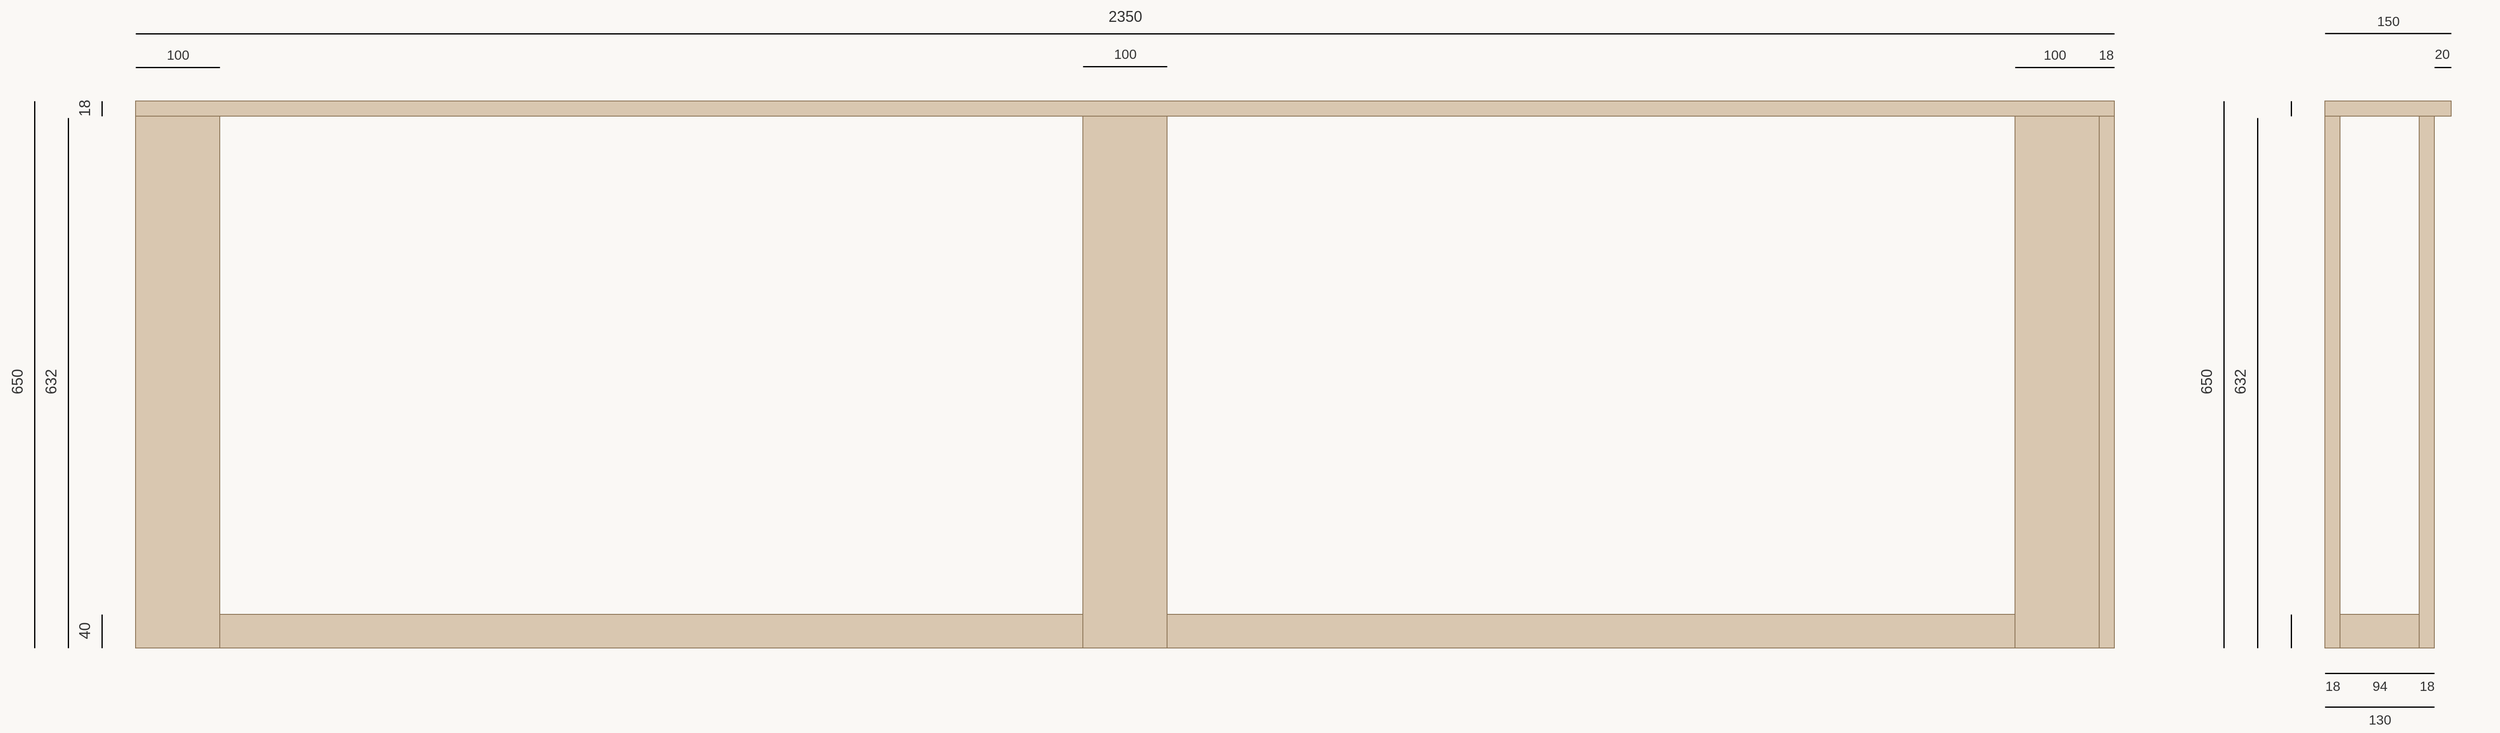
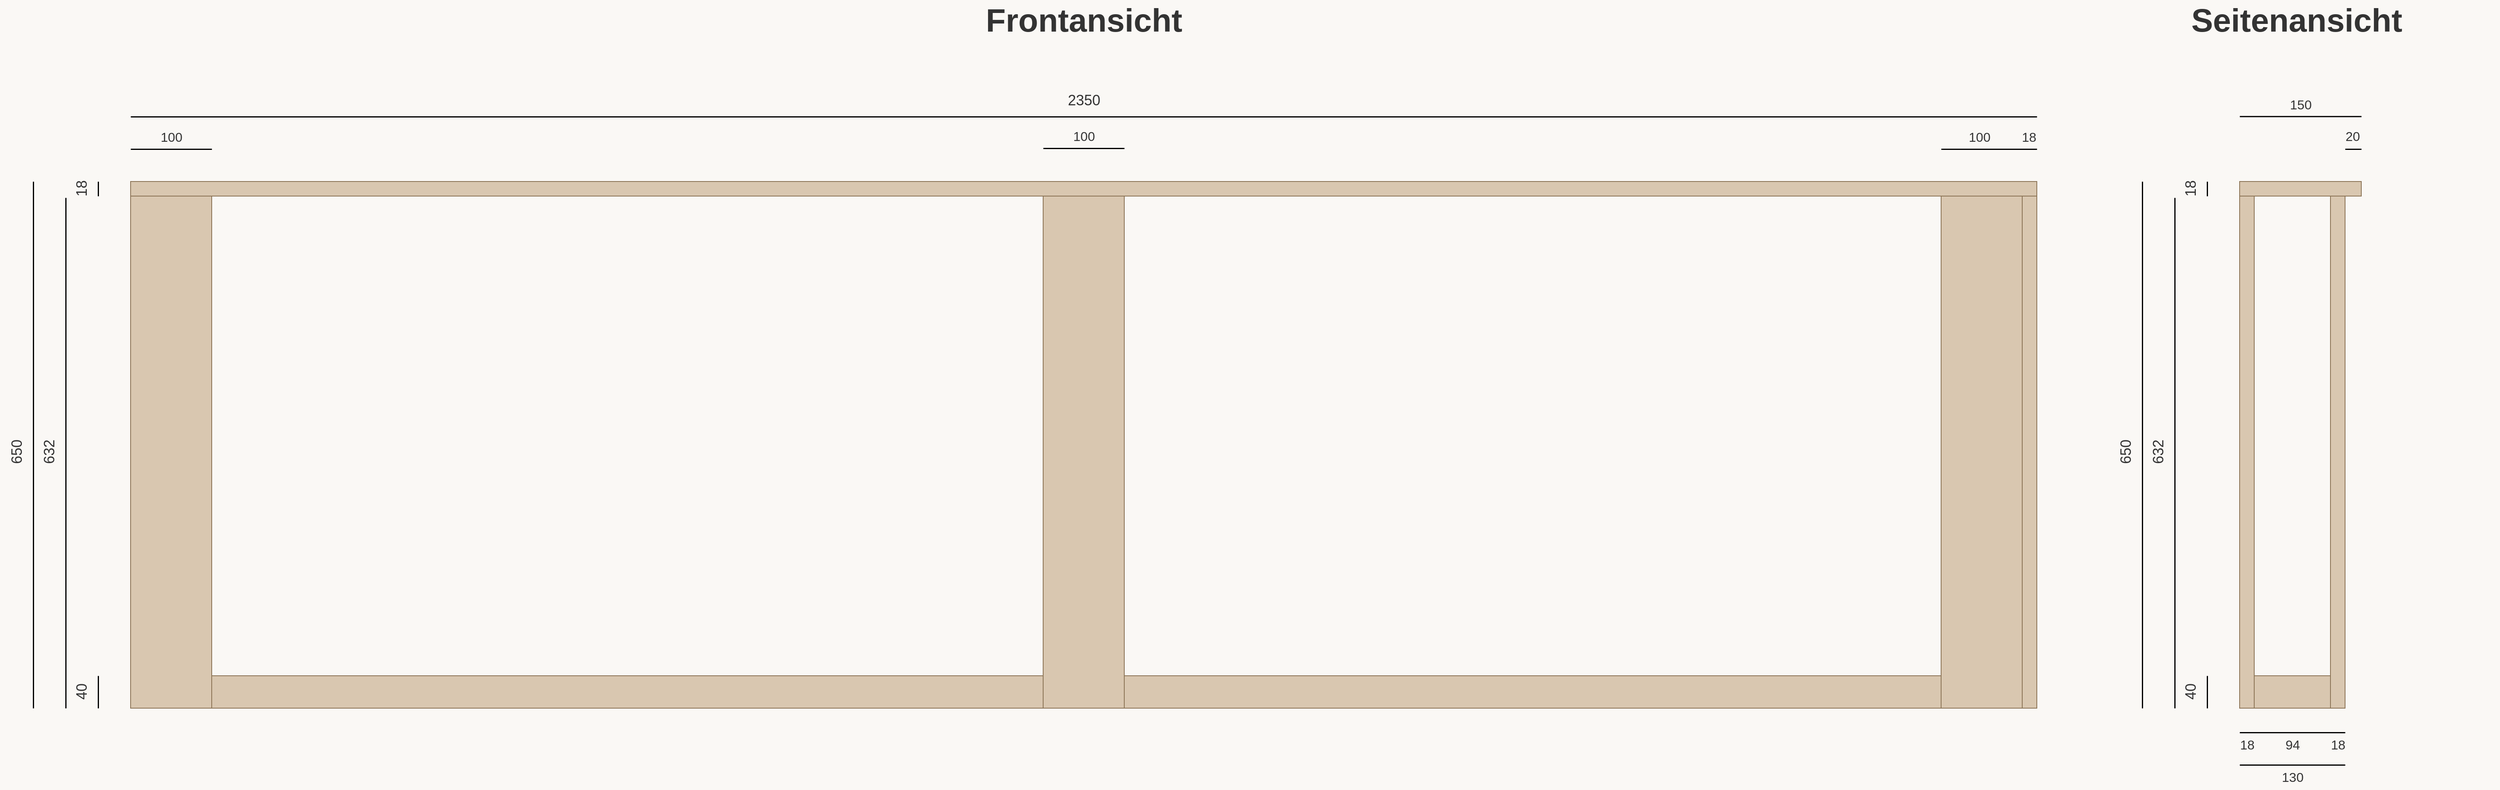
<mxfile host="65bd71144e">
    <diagram id="wzeSCYKQeLpUubLLfrzc" name="Grundgerüst">
-         <mxGraphModel dx="2909" dy="1829" grid="1" gridSize="10" guides="1" tooltips="1" connect="1" arrows="1" fold="1" page="0" pageScale="1" pageWidth="827" pageHeight="1169" background="#faf8f5" math="0" shadow="0">
+         <mxGraphModel dx="4023" dy="3020" grid="1" gridSize="10" guides="1" tooltips="1" connect="1" arrows="1" fold="1" page="0" pageScale="1" pageWidth="827" pageHeight="1169" background="#faf8f5" math="0" shadow="0">
            <root>
                <mxCell id="0"/>
                <mxCell id="1" parent="0"/>
                <mxCell id="46" value="" style="rounded=0;whiteSpace=wrap;html=1;fillColor=#d9c7b0;strokeColor=#8b7355;strokeWidth=1;" parent="1" vertex="1">
                    <mxGeometry x="160" y="770" width="2332" height="40" as="geometry"/>
                </mxCell>
                <mxCell id="20" value="" style="rounded=0;whiteSpace=wrap;html=1;fillColor=#d9c7b0;strokeColor=#8b7355;strokeWidth=1;" parent="1" vertex="1">
                    <mxGeometry x="160" y="160" width="2350" height="18" as="geometry"/>
                </mxCell>
                <mxCell id="21" value="" style="rounded=0;whiteSpace=wrap;html=1;rotation=0;direction=south;fillColor=#d9c7b0;strokeColor=#8b7355;strokeWidth=1;" parent="1" vertex="1">
                    <mxGeometry x="160" y="178" width="100" height="632" as="geometry"/>
                </mxCell>
                <mxCell id="27" value="" style="rounded=0;whiteSpace=wrap;html=1;fillColor=#d9c7b0;strokeColor=#8b7355;strokeWidth=1;" parent="1" vertex="1">
                    <mxGeometry x="1285" y="178" width="100" height="632" as="geometry"/>
                </mxCell>
                <mxCell id="45" value="" style="rounded=0;whiteSpace=wrap;html=1;fillColor=#d9c7b0;strokeColor=#8b7355;strokeWidth=1;" parent="1" vertex="1">
                    <mxGeometry x="2392" y="178" width="100" height="632" as="geometry"/>
                </mxCell>
                <mxCell id="47" value="" style="rounded=0;whiteSpace=wrap;html=1;fillColor=#d9c7b0;strokeColor=#8b7355;strokeWidth=1;" parent="1" vertex="1">
                    <mxGeometry x="2492" y="178" width="18" height="632" as="geometry"/>
                </mxCell>
                <mxCell id="100" value="2350" style="text;html=1;strokeColor=none;fillColor=none;align=center;verticalAlign=middle;fontSize=18;fontColor=#333333;" parent="1" vertex="1">
                    <mxGeometry x="1160" y="40" width="350" height="40" as="geometry"/>
                </mxCell>
                <mxCell id="101" value="" style="html=1;strokeWidth=1.5;startArrow=none;endArrow=none;" parent="1" edge="1">
                    <mxGeometry relative="1" as="geometry">
                        <mxPoint x="160" y="80" as="sourcePoint"/>
                        <mxPoint x="2510" y="80" as="targetPoint"/>
                    </mxGeometry>
                </mxCell>
                <mxCell id="102" value="650" style="text;html=1;strokeColor=none;fillColor=none;align=center;verticalAlign=middle;rotation=270;fontSize=18;fontColor=#333333;" parent="1" vertex="1">
                    <mxGeometry x="-40" y="474" width="120" height="40" as="geometry"/>
                </mxCell>
                <mxCell id="103" value="" style="html=1;strokeWidth=1.5;startArrow=none;endArrow=none;" parent="1" edge="1">
                    <mxGeometry relative="1" as="geometry">
                        <mxPoint x="40" y="160" as="sourcePoint"/>
                        <mxPoint x="40" y="810" as="targetPoint"/>
                    </mxGeometry>
                </mxCell>
                <mxCell id="104" value="100" style="text;html=1;strokeColor=none;fillColor=none;align=center;verticalAlign=middle;fontSize=16;fontColor=#333333;" parent="1" vertex="1">
                    <mxGeometry x="145" y="90" width="130" height="30" as="geometry"/>
                </mxCell>
                <mxCell id="105" value="" style="html=1;strokeWidth=1.5;startArrow=none;endArrow=none;" parent="1" edge="1">
                    <mxGeometry relative="1" as="geometry">
                        <mxPoint x="160" y="120" as="sourcePoint"/>
                        <mxPoint x="260" y="120" as="targetPoint"/>
                    </mxGeometry>
                </mxCell>
                <mxCell id="108" value="18" style="text;html=1;strokeColor=none;fillColor=none;align=center;verticalAlign=middle;fontSize=16;fontColor=#333333;" parent="1" vertex="1">
                    <mxGeometry x="2450" y="90" width="100" height="30" as="geometry"/>
                </mxCell>
                <mxCell id="110" value="" style="html=1;strokeWidth=1.5;startArrow=none;endArrow=none;" parent="1" edge="1">
                    <mxGeometry relative="1" as="geometry">
                        <mxPoint x="120" y="160" as="sourcePoint"/>
                        <mxPoint x="120" y="178" as="targetPoint"/>
                    </mxGeometry>
                </mxCell>
                <mxCell id="111" value="18" style="text;html=1;strokeColor=none;fillColor=none;align=center;verticalAlign=middle;rotation=270;fontSize=18;fontColor=#333333;" parent="1" vertex="1">
                    <mxGeometry x="40" y="149" width="120" height="40" as="geometry"/>
                </mxCell>
                <mxCell id="112" value="" style="html=1;strokeWidth=1.5;startArrow=none;endArrow=none;" parent="1" edge="1">
                    <mxGeometry relative="1" as="geometry">
                        <mxPoint x="120" y="770" as="sourcePoint"/>
                        <mxPoint x="120" y="810" as="targetPoint"/>
                    </mxGeometry>
                </mxCell>
                <mxCell id="114" value="40" style="text;html=1;strokeColor=none;fillColor=none;align=center;verticalAlign=middle;rotation=270;fontSize=18;fontColor=#333333;" parent="1" vertex="1">
                    <mxGeometry x="40" y="770" width="120" height="40" as="geometry"/>
                </mxCell>
                <mxCell id="117" value="100" style="text;html=1;strokeColor=none;fillColor=none;align=center;verticalAlign=middle;fontSize=16;fontColor=#333333;" parent="1" vertex="1">
                    <mxGeometry x="1270" y="88.95" width="130" height="30" as="geometry"/>
                </mxCell>
                <mxCell id="118" value="" style="html=1;strokeWidth=1.5;startArrow=none;endArrow=none;" parent="1" edge="1">
                    <mxGeometry relative="1" as="geometry">
                        <mxPoint x="1285" y="118.95" as="sourcePoint"/>
                        <mxPoint x="1385" y="118.95" as="targetPoint"/>
                    </mxGeometry>
                </mxCell>
                <mxCell id="119" value="100" style="text;html=1;strokeColor=none;fillColor=none;align=center;verticalAlign=middle;fontSize=16;fontColor=#333333;" parent="1" vertex="1">
                    <mxGeometry x="2370" y="90" width="137" height="30" as="geometry"/>
                </mxCell>
                <mxCell id="120" value="" style="html=1;strokeWidth=1.5;startArrow=none;endArrow=none;" parent="1" edge="1">
                    <mxGeometry relative="1" as="geometry">
                        <mxPoint x="2392" y="120" as="sourcePoint"/>
                        <mxPoint x="2510" y="120" as="targetPoint"/>
                    </mxGeometry>
                </mxCell>
                <mxCell id="210" value="" style="rounded=0;whiteSpace=wrap;html=1;fillColor=#d9c7b0;strokeColor=#8b7355;strokeWidth=1;" parent="1" vertex="1">
                    <mxGeometry x="2760" y="160" width="150" height="18" as="geometry"/>
                </mxCell>
                <mxCell id="212" value="" style="rounded=0;whiteSpace=wrap;html=1;fillColor=#d9c7b0;strokeColor=#8b7355;strokeWidth=1;" parent="1" vertex="1">
                    <mxGeometry x="2778" y="770" width="94" height="40" as="geometry"/>
                </mxCell>
                <mxCell id="213" value="" style="rounded=0;whiteSpace=wrap;html=1;fillColor=#d9c7b0;strokeColor=#8b7355;strokeWidth=1;" parent="1" vertex="1">
                    <mxGeometry x="2760" y="178" width="18" height="632" as="geometry"/>
                </mxCell>
                <mxCell id="214" value="" style="rounded=0;whiteSpace=wrap;html=1;fillColor=#d9c7b0;strokeColor=#8b7355;strokeWidth=1;" parent="1" vertex="1">
                    <mxGeometry x="2872" y="178" width="18" height="632" as="geometry"/>
                </mxCell>
-                 <mxCell id="215" value="" style="html=1;strokeWidth=1.5;startArrow=none;endArrow=none;" edge="1" parent="1">
+                 <mxCell id="215" value="" style="html=1;strokeWidth=1.5;startArrow=none;endArrow=none;" parent="1" edge="1">
                    <mxGeometry relative="1" as="geometry">
                        <mxPoint x="2760" y="79.68" as="sourcePoint"/>
                        <mxPoint x="2910" y="79.68" as="targetPoint"/>
                    </mxGeometry>
                </mxCell>
-                 <mxCell id="216" value="150" style="text;html=1;strokeColor=none;fillColor=none;align=center;verticalAlign=middle;fontSize=16;fontColor=#333333;" vertex="1" parent="1">
+                 <mxCell id="216" value="150" style="text;html=1;strokeColor=none;fillColor=none;align=center;verticalAlign=middle;fontSize=16;fontColor=#333333;" parent="1" vertex="1">
                    <mxGeometry x="2766.5" y="49.68" width="137" height="30" as="geometry"/>
                </mxCell>
-                 <mxCell id="217" value="" style="html=1;strokeWidth=1.5;startArrow=none;endArrow=none;" edge="1" parent="1">
+                 <mxCell id="217" value="" style="html=1;strokeWidth=1.5;startArrow=none;endArrow=none;" parent="1" edge="1">
                    <mxGeometry relative="1" as="geometry">
                        <mxPoint x="2760" y="840" as="sourcePoint"/>
                        <mxPoint x="2890" y="840" as="targetPoint"/>
                    </mxGeometry>
                </mxCell>
-                 <mxCell id="218" value="94" style="text;html=1;strokeColor=none;fillColor=none;align=center;verticalAlign=middle;fontSize=16;fontColor=#333333;" vertex="1" parent="1">
+                 <mxCell id="218" value="94" style="text;html=1;strokeColor=none;fillColor=none;align=center;verticalAlign=middle;fontSize=16;fontColor=#333333;" parent="1" vertex="1">
                    <mxGeometry x="2756.5" y="840" width="137" height="30" as="geometry"/>
                </mxCell>
-                 <mxCell id="219" value="" style="html=1;strokeWidth=1.5;startArrow=none;endArrow=none;" edge="1" parent="1">
+                 <mxCell id="219" value="" style="html=1;strokeWidth=1.5;startArrow=none;endArrow=none;" parent="1" edge="1">
                    <mxGeometry relative="1" as="geometry">
                        <mxPoint x="2760" y="880" as="sourcePoint"/>
                        <mxPoint x="2890" y="880" as="targetPoint"/>
                    </mxGeometry>
                </mxCell>
-                 <mxCell id="220" value="" style="html=1;strokeWidth=1.5;startArrow=none;endArrow=none;" edge="1" parent="1">
+                 <mxCell id="220" value="" style="html=1;strokeWidth=1.5;startArrow=none;endArrow=none;" parent="1" edge="1">
                    <mxGeometry relative="1" as="geometry">
                        <mxPoint x="2890" y="120" as="sourcePoint"/>
                        <mxPoint x="2910" y="120" as="targetPoint"/>
                    </mxGeometry>
                </mxCell>
-                 <mxCell id="221" value="20" style="text;html=1;strokeColor=none;fillColor=none;align=center;verticalAlign=middle;fontSize=16;fontColor=#333333;" vertex="1" parent="1">
+                 <mxCell id="221" value="20" style="text;html=1;strokeColor=none;fillColor=none;align=center;verticalAlign=middle;fontSize=16;fontColor=#333333;" parent="1" vertex="1">
                    <mxGeometry x="2830" y="88.95" width="137" height="30" as="geometry"/>
                </mxCell>
-                 <mxCell id="223" value="130" style="text;html=1;strokeColor=none;fillColor=none;align=center;verticalAlign=middle;fontSize=16;fontColor=#333333;" vertex="1" parent="1">
+                 <mxCell id="223" value="130" style="text;html=1;strokeColor=none;fillColor=none;align=center;verticalAlign=middle;fontSize=16;fontColor=#333333;" parent="1" vertex="1">
                    <mxGeometry x="2756.5" y="880" width="137" height="30" as="geometry"/>
                </mxCell>
-                 <mxCell id="226" value="18" style="text;html=1;strokeColor=none;fillColor=none;align=center;verticalAlign=middle;fontSize=16;fontColor=#333333;" vertex="1" parent="1">
+                 <mxCell id="226" value="18" style="text;html=1;strokeColor=none;fillColor=none;align=center;verticalAlign=middle;fontSize=16;fontColor=#333333;" parent="1" vertex="1">
                    <mxGeometry x="2812.5" y="840" width="137" height="30" as="geometry"/>
                </mxCell>
-                 <mxCell id="227" value="18" style="text;html=1;strokeColor=none;fillColor=none;align=center;verticalAlign=middle;fontSize=16;fontColor=#333333;" vertex="1" parent="1">
+                 <mxCell id="227" value="18" style="text;html=1;strokeColor=none;fillColor=none;align=center;verticalAlign=middle;fontSize=16;fontColor=#333333;" parent="1" vertex="1">
                    <mxGeometry x="2700.5" y="840" width="137" height="30" as="geometry"/>
                </mxCell>
-                 <mxCell id="241" value="632" style="text;html=1;strokeColor=none;fillColor=none;align=center;verticalAlign=middle;rotation=270;fontSize=18;fontColor=#333333;" vertex="1" parent="1">
+                 <mxCell id="241" value="632" style="text;html=1;strokeColor=none;fillColor=none;align=center;verticalAlign=middle;rotation=270;fontSize=18;fontColor=#333333;" parent="1" vertex="1">
                    <mxGeometry y="474" width="120" height="40" as="geometry"/>
                </mxCell>
-                 <mxCell id="242" value="" style="html=1;strokeWidth=1.5;startArrow=none;endArrow=none;" edge="1" parent="1">
+                 <mxCell id="242" value="" style="html=1;strokeWidth=1.5;startArrow=none;endArrow=none;" parent="1" edge="1">
                    <mxGeometry relative="1" as="geometry">
                        <mxPoint x="80" y="180" as="sourcePoint"/>
                        <mxPoint x="80" y="810" as="targetPoint"/>
                    </mxGeometry>
                </mxCell>
-                 <mxCell id="243" value="650" style="text;html=1;strokeColor=none;fillColor=none;align=center;verticalAlign=middle;rotation=270;fontSize=18;fontColor=#333333;" vertex="1" parent="1">
+                 <mxCell id="243" value="650" style="text;html=1;strokeColor=none;fillColor=none;align=center;verticalAlign=middle;rotation=270;fontSize=18;fontColor=#333333;" parent="1" vertex="1">
                    <mxGeometry x="2560" y="474" width="120" height="40" as="geometry"/>
                </mxCell>
-                 <mxCell id="244" value="" style="html=1;strokeWidth=1.5;startArrow=none;endArrow=none;" edge="1" parent="1">
+                 <mxCell id="244" value="" style="html=1;strokeWidth=1.5;startArrow=none;endArrow=none;" parent="1" edge="1">
                    <mxGeometry relative="1" as="geometry">
                        <mxPoint x="2640" y="160" as="sourcePoint"/>
                        <mxPoint x="2640" y="810" as="targetPoint"/>
                    </mxGeometry>
                </mxCell>
-                 <mxCell id="245" value="" style="html=1;strokeWidth=1.5;startArrow=none;endArrow=none;" edge="1" parent="1">
+                 <mxCell id="245" value="" style="html=1;strokeWidth=1.5;startArrow=none;endArrow=none;" parent="1" edge="1">
                    <mxGeometry relative="1" as="geometry">
                        <mxPoint x="2720" y="160" as="sourcePoint"/>
                        <mxPoint x="2720" y="178" as="targetPoint"/>
                    </mxGeometry>
                </mxCell>
-                 <mxCell id="246" value="" style="html=1;strokeWidth=1.5;startArrow=none;endArrow=none;" edge="1" parent="1">
+                 <mxCell id="246" value="" style="html=1;strokeWidth=1.5;startArrow=none;endArrow=none;" parent="1" edge="1">
                    <mxGeometry relative="1" as="geometry">
                        <mxPoint x="2720" y="770" as="sourcePoint"/>
                        <mxPoint x="2720" y="810" as="targetPoint"/>
                    </mxGeometry>
                </mxCell>
-                 <mxCell id="247" value="632" style="text;html=1;strokeColor=none;fillColor=none;align=center;verticalAlign=middle;rotation=270;fontSize=18;fontColor=#333333;" vertex="1" parent="1">
+                 <mxCell id="247" value="632" style="text;html=1;strokeColor=none;fillColor=none;align=center;verticalAlign=middle;rotation=270;fontSize=18;fontColor=#333333;" parent="1" vertex="1">
                    <mxGeometry x="2600" y="474" width="120" height="40" as="geometry"/>
                </mxCell>
-                 <mxCell id="248" value="" style="html=1;strokeWidth=1.5;startArrow=none;endArrow=none;" edge="1" parent="1">
+                 <mxCell id="248" value="" style="html=1;strokeWidth=1.5;startArrow=none;endArrow=none;" parent="1" edge="1">
                    <mxGeometry relative="1" as="geometry">
                        <mxPoint x="2680" y="180" as="sourcePoint"/>
                        <mxPoint x="2680" y="810" as="targetPoint"/>
                    </mxGeometry>
                </mxCell>
+                 <mxCell id="249" value="18" style="text;html=1;strokeColor=none;fillColor=none;align=center;verticalAlign=middle;rotation=270;fontSize=18;fontColor=#333333;" parent="1" vertex="1">
+                     <mxGeometry x="2640" y="149" width="120" height="40" as="geometry"/>
+                 </mxCell>
+                 <mxCell id="250" value="40" style="text;html=1;strokeColor=none;fillColor=none;align=center;verticalAlign=middle;rotation=270;fontSize=18;fontColor=#333333;" parent="1" vertex="1">
+                     <mxGeometry x="2640" y="770" width="120" height="40" as="geometry"/>
+                 </mxCell>
+                 <mxCell id="251" value="Frontansicht" style="text;html=1;strokeColor=none;fillColor=none;align=center;verticalAlign=middle;fontStyle=1;fontSize=40;fontColor=#333333;" vertex="1" parent="1">
+                     <mxGeometry x="960" y="-60" width="750" height="40" as="geometry"/>
+                 </mxCell>
+                 <mxCell id="252" value="Seitenansicht" style="text;html=1;strokeColor=none;fillColor=none;align=center;verticalAlign=middle;fontStyle=1;fontSize=40;fontColor=#333333;" vertex="1" parent="1">
+                     <mxGeometry x="2580" y="-60" width="500" height="40" as="geometry"/>
+                 </mxCell>
            </root>
        </mxGraphModel>
    </diagram>
</mxfile>